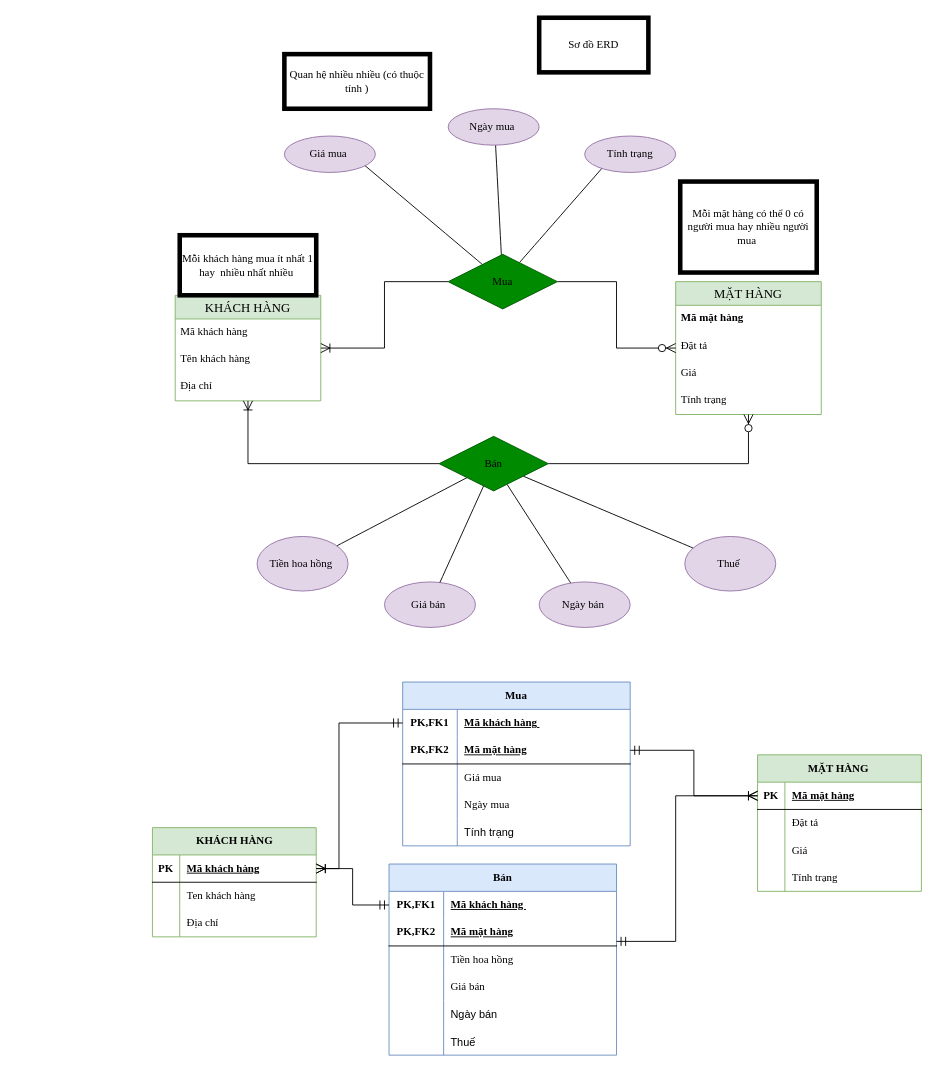
Earlier version of the draw.io diagram page "Bài 2" (2 of 4) of CSDL_IT5_ITB104_Võ_Huy_Long.drawio (LONGDKZdev/Flowchart). Source tidied: cells renumbered, new cells numbered last; positions are measured from the earlier drawing's top-left corner, leaving out a move shared by most shapes. Both pictures are drawn from the tidied source at 91%, with x=0, y=0 at pixel (152, 17).
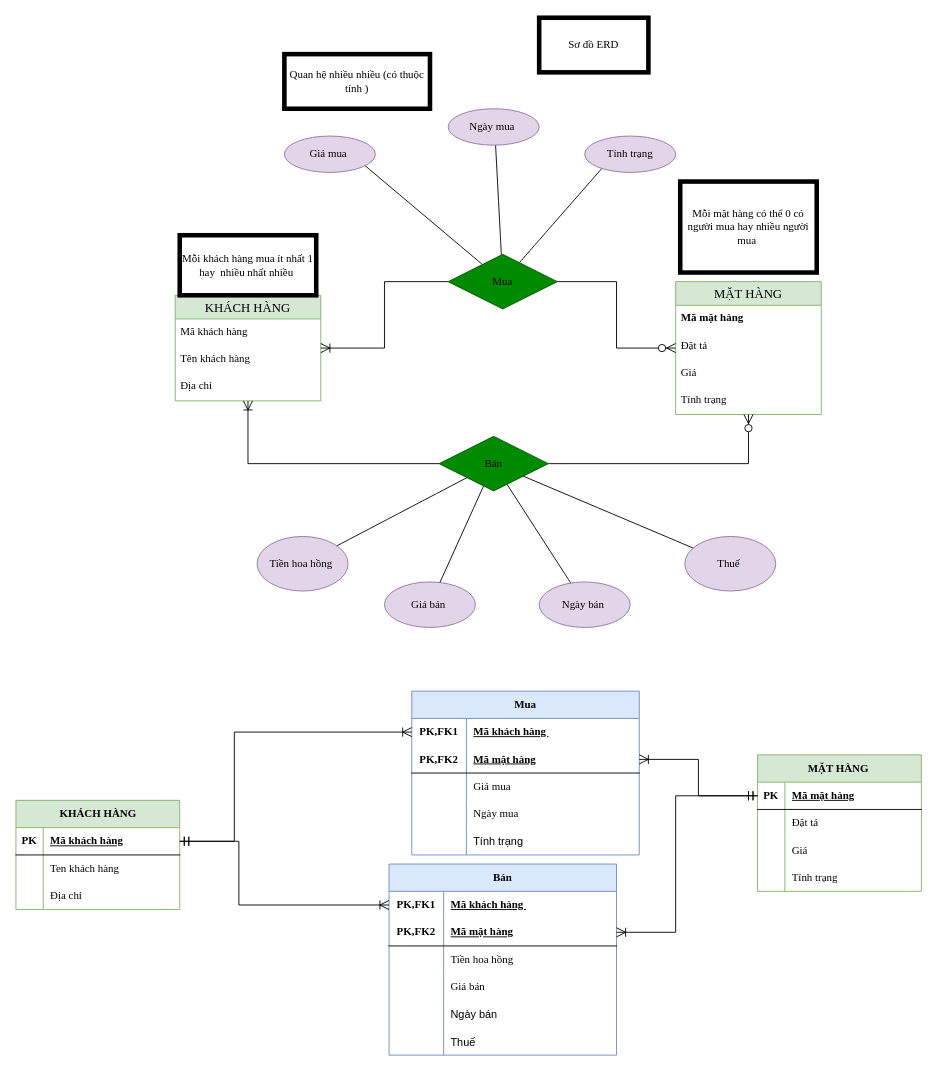
Above is the later version.

The change refers to these unchanged cells:
```xml
<mxCell id="36" style="shape=tableRow;horizontal=0;startSize=0;swimlaneHead=0;swimlaneBody=0;fillColor=none;points=[[0,0.5],[1,0.5]];portConstraint=eastwest;top=0;left=0;right=0;bottom=1;fontFamily=Times New Roman;" parent="35" vertex="1">
  <mxGeometry y="30" width="180" height="30" as="geometry" />
</mxCell>
<mxCell id="46" style="shape=tableRow;horizontal=0;startSize=0;swimlaneHead=0;swimlaneBody=0;fillColor=none;points=[[0,0.5],[1,0.5]];portConstraint=eastwest;top=0;left=0;right=0;bottom=1;fontFamily=Times New Roman;" parent="45" vertex="1">
  <mxGeometry y="30" width="180" height="30" as="geometry" />
</mxCell>
<mxCell id="59" style="shape=tableRow;horizontal=0;startSize=0;swimlaneHead=0;swimlaneBody=0;fillColor=none;points=[[0,0.5],[1,0.5]];portConstraint=eastwest;top=0;left=0;right=0;bottom=0;html=1;fontFamily=Times New Roman;" parent="58" vertex="1">
  <mxGeometry y="30" width="250" height="30" as="geometry" />
</mxCell>
<mxCell id="62" style="shape=tableRow;horizontal=0;startSize=0;swimlaneHead=0;swimlaneBody=0;fillColor=none;points=[[0,0.5],[1,0.5]];portConstraint=eastwest;top=0;left=0;right=0;bottom=1;html=1;fontFamily=Times New Roman;" parent="58" vertex="1">
  <mxGeometry y="60" width="250" height="30" as="geometry" />
</mxCell>
<mxCell id="75" style="shape=tableRow;horizontal=0;startSize=0;swimlaneHead=0;swimlaneBody=0;fillColor=none;points=[[0,0.5],[1,0.5]];portConstraint=eastwest;top=0;left=0;right=0;bottom=0;html=1;fontFamily=Times New Roman;" parent="74" vertex="1">
  <mxGeometry y="30" width="250" height="30" as="geometry" />
</mxCell>
<mxCell id="78" style="shape=tableRow;horizontal=0;startSize=0;swimlaneHead=0;swimlaneBody=0;fillColor=none;points=[[0,0.5],[1,0.5]];portConstraint=eastwest;top=0;left=0;right=0;bottom=1;html=1;fontFamily=Times New Roman;" parent="74" vertex="1">
  <mxGeometry y="60" width="250" height="30" as="geometry" />
</mxCell>
```

Change to the diagram source:
```diff
@@
     <mxCell id="35" value="KHÁCH HÀNG" style="shape=table;startSize=30;childLayout=tableLayout;rowLines=0;fontStyle=1;align=center;html=1;fillColor=#d5e8d4;strokeColor=#82b366;fontFamily=Times New Roman;" parent="1" vertex="1">
-      <mxGeometry y="890" width="180" height="120" as="geometry" />
+      <mxGeometry x="-150" y="860" width="180" height="120" as="geometry" />
     </mxCell>
@@
     <mxCell id="58" value="Mua" style="shape=table;startSize=30;childLayout=tableLayout;rowLines=0;fontStyle=1;align=center;html=1;whiteSpace=wrap;fontFamily=Times New Roman;fillColor=#dae8fc;strokeColor=#6c8ebf;" parent="1" vertex="1">
-      <mxGeometry x="275" y="730" width="250" height="180" as="geometry" />
+      <mxGeometry x="285" y="740" width="250" height="180" as="geometry" />
     </mxCell>
@@
-    <mxCell id="93" style="fontSize=12;html=1;endArrow=ERoneToMany;startArrow=ERmandOne;rounded=0;startSize=8;endSize=8;edgeStyle=orthogonalEdgeStyle;" parent="1" edge="1" source="59" target="36">
-      <mxGeometry relative="1" as="geometry">
-        <Array as="points">
-          <mxPoint x="205" y="775" />
-          <mxPoint x="205" y="935" />
-        </Array>
-      </mxGeometry>
-    </mxCell>
-    <mxCell id="94" style="edgeStyle=orthogonalEdgeStyle;fontSize=12;html=1;endArrow=ERoneToMany;startArrow=ERmandOne;rounded=0;startSize=8;endSize=8;" parent="1" edge="1" source="62" target="46">
+    <mxCell id="94" style="edgeStyle=orthogonalEdgeStyle;fontSize=12;html=1;endArrow=ERmandOne;startArrow=ERoneToMany;rounded=0;startSize=8;endSize=8;startFill=0;endFill=0;" parent="1" edge="1" source="62" target="46">
       <mxGeometry relative="1" as="geometry" />
     </mxCell>
-    <mxCell id="95" style="edgeStyle=orthogonalEdgeStyle;fontSize=12;html=1;endArrow=ERoneToMany;startArrow=ERmandOne;rounded=0;startSize=8;endSize=8;" parent="1" edge="1" source="78" target="46">
+    <mxCell id="95" style="edgeStyle=orthogonalEdgeStyle;fontSize=12;html=1;endArrow=ERmandOne;startArrow=ERoneToMany;rounded=0;startSize=8;endSize=8;endFill=0;startFill=0;" parent="1" edge="1" source="78" target="46">
       <mxGeometry relative="1" as="geometry">
         <Array as="points">
-          <mxPoint x="575" y="1015" />
+          <mxPoint x="575" y="1005" />
           <mxPoint x="575" y="855" />
         </Array>
       </mxGeometry>
     </mxCell>
+    <mxCell id="93" style="fontSize=12;html=1;endArrow=ERoneToMany;startArrow=ERmandOne;rounded=0;startSize=8;endSize=8;edgeStyle=orthogonalEdgeStyle;" parent="1" edge="1" source="36" target="59">
+      <mxGeometry relative="1" as="geometry">
+        <Array as="points">
+          <mxPoint x="90" y="905" />
+          <mxPoint x="90" y="785" />
+        </Array>
+      </mxGeometry>
+    </mxCell>
-    <mxCell id="96" style="fontSize=12;html=1;endArrow=ERoneToMany;startArrow=ERmandOne;rounded=0;startSize=8;endSize=8;edgeStyle=orthogonalEdgeStyle;" parent="1" edge="1" source="75" target="36">
-      <mxGeometry relative="1" as="geometry" />
+    <mxCell id="96" style="fontSize=12;html=1;endArrow=ERoneToMany;startArrow=ERmandOne;rounded=0;startSize=8;endSize=8;edgeStyle=orthogonalEdgeStyle;entryX=0;entryY=0.5;entryDx=0;entryDy=0;exitX=1;exitY=0.5;exitDx=0;exitDy=0;" parent="1" edge="1" source="36" target="75">
+      <mxGeometry relative="1" as="geometry">
+        <Array as="points">
+          <mxPoint x="35" y="905" />
+          <mxPoint x="95" y="905" />
+          <mxPoint x="95" y="975" />
+        </Array>
+      </mxGeometry>
     </mxCell>
```
